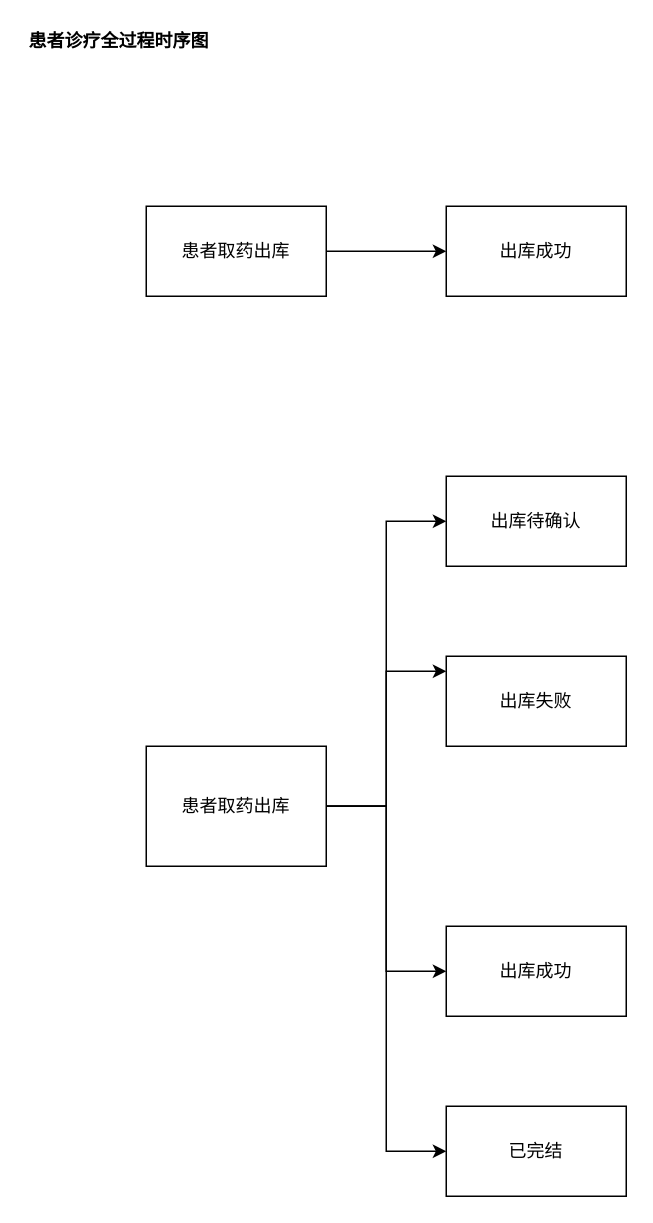
ab-doc/draw.io keeps this draw.io diagram as src/work/hongkang/warehouse/stockout-flow.drawio. Above is the earlier version. Source tidied: cells renumbered, new cells numbered last; positions are measured from the earlier drawing's top-left corner, leaving out a move shared by most shapes. Both pictures are drawn from the tidied source at 150%, with x=0, y=0 at pixel (26, 26).
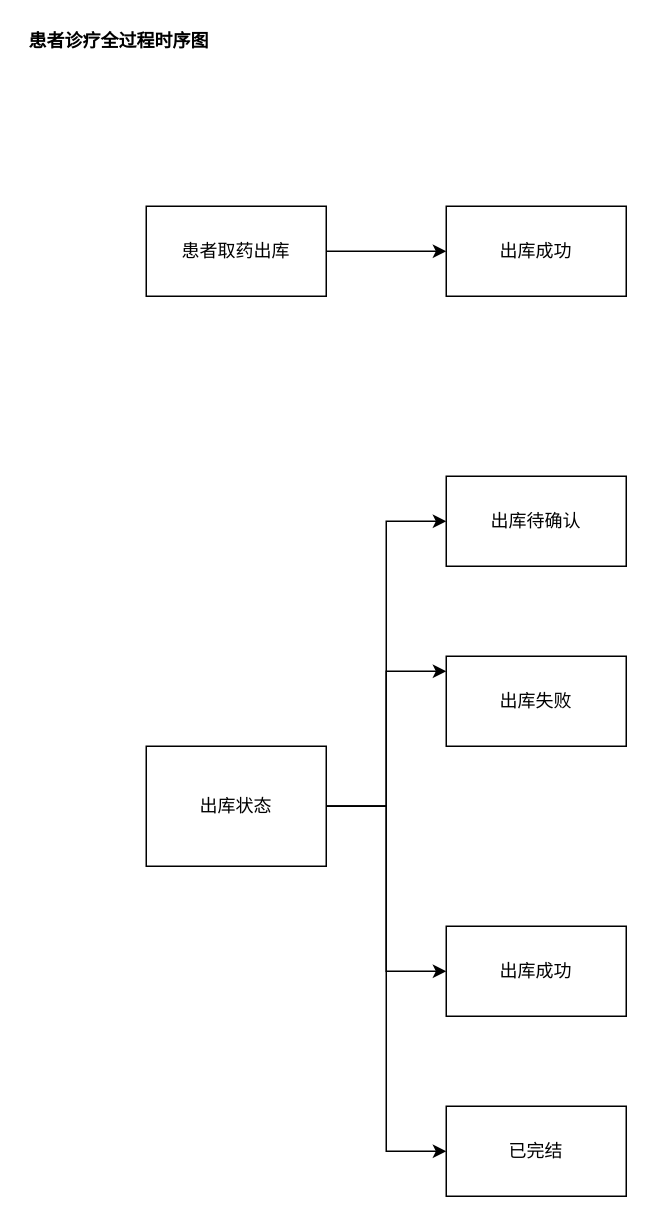
The same page after the edit.

The edit, as a diff of the source:
```diff
@@
 <mxGraphModel>
   <root>
     <mxCell id="0" />
     <mxCell id="1" parent="0" />
     <mxCell id="2" value="&lt;b&gt;患者诊疗全过程时序图&lt;/b&gt;" style="text;html=1;strokeColor=none;fillColor=none;align=left;verticalAlign=middle;whiteSpace=wrap;rounded=0;" parent="1" vertex="1">
       <mxGeometry width="130" height="20" as="geometry" />
     </mxCell>
     <mxCell id="3" style="edgeStyle=orthogonalEdgeStyle;rounded=0;jettySize=auto;html=1;" parent="1" edge="1" source="4" target="5">
       <mxGeometry relative="1" as="geometry" />
     </mxCell>
     <mxCell id="4" value="患者取药出库" style="rounded=0;whiteSpace=wrap;html=1;" parent="1" vertex="1">
       <mxGeometry x="80" y="120" width="120" height="60" as="geometry" />
     </mxCell>
     <mxCell id="5" value="出库成功" style="rounded=0;whiteSpace=wrap;html=1;" parent="1" vertex="1">
       <mxGeometry x="280" y="120" width="120" height="60" as="geometry" />
     </mxCell>
     <mxCell id="6" style="edgeStyle=orthogonalEdgeStyle;rounded=0;jettySize=auto;html=1;entryX=0;entryY=0.5;entryDx=0;entryDy=0;" parent="1" edge="1" source="10" target="11">
       <mxGeometry relative="1" as="geometry" />
     </mxCell>
     <mxCell id="7" style="edgeStyle=orthogonalEdgeStyle;rounded=0;jettySize=auto;html=1;" parent="1" edge="1" source="10" target="12">
       <mxGeometry relative="1" as="geometry">
         <Array as="points">
           <mxPoint x="240" y="520" />
           <mxPoint x="240" y="750" />
         </Array>
       </mxGeometry>
     </mxCell>
     <mxCell id="8" style="edgeStyle=orthogonalEdgeStyle;rounded=0;jettySize=auto;html=1;" parent="1" edge="1" source="10" target="13">
       <mxGeometry relative="1" as="geometry">
         <Array as="points">
           <mxPoint x="240" y="520" />
           <mxPoint x="240" y="430" />
         </Array>
       </mxGeometry>
     </mxCell>
     <mxCell id="9" style="edgeStyle=orthogonalEdgeStyle;rounded=0;jettySize=auto;html=1;" parent="1" edge="1" source="10" target="14">
       <mxGeometry relative="1" as="geometry">
         <Array as="points">
           <mxPoint x="240" y="520" />
           <mxPoint x="240" y="630" />
         </Array>
       </mxGeometry>
     </mxCell>
-    <mxCell id="10" value="患者取药出库" style="rounded=0;whiteSpace=wrap;html=1;" parent="1" vertex="1">
+    <mxCell id="10" value="出库状态" style="rounded=0;whiteSpace=wrap;html=1;" parent="1" vertex="1">
       <mxGeometry x="80" y="480" width="120" height="80" as="geometry" />
     </mxCell>
     <mxCell id="11" value="出库待确认" style="rounded=0;whiteSpace=wrap;html=1;" parent="1" vertex="1">
       <mxGeometry x="280" y="300" width="120" height="60" as="geometry" />
     </mxCell>
     <mxCell id="12" value="已完结" style="rounded=0;whiteSpace=wrap;html=1;" parent="1" vertex="1">
       <mxGeometry x="280" y="720" width="120" height="60" as="geometry" />
     </mxCell>
     <mxCell id="13" value="出库失败" style="rounded=0;whiteSpace=wrap;html=1;" parent="1" vertex="1">
       <mxGeometry x="280" y="420" width="120" height="60" as="geometry" />
     </mxCell>
     <mxCell id="14" value="出库成功" style="rounded=0;whiteSpace=wrap;html=1;" parent="1" vertex="1">
       <mxGeometry x="280" y="600" width="120" height="60" as="geometry" />
     </mxCell>
   </root>
 </mxGraphModel>
```
